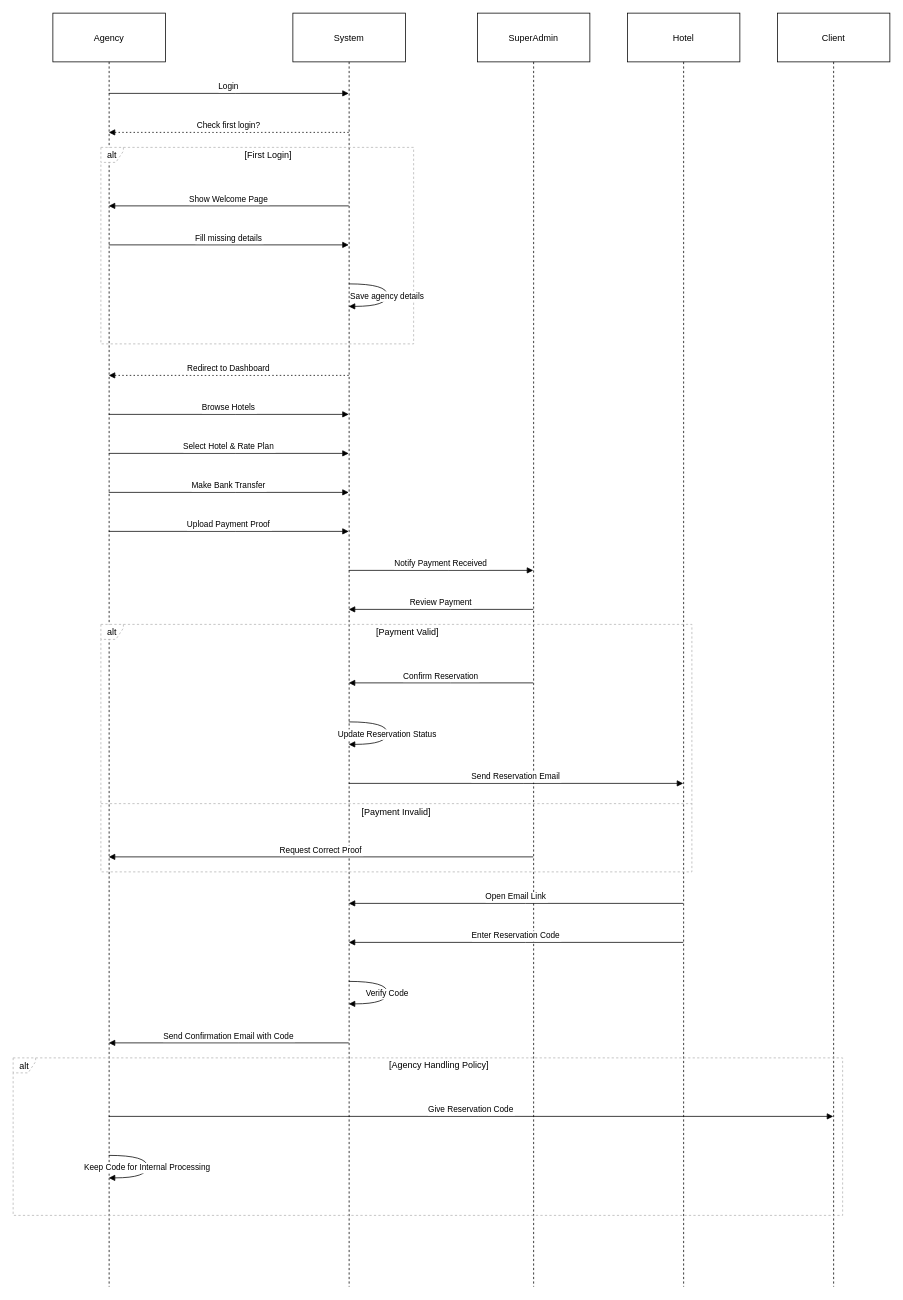
jawharhmidi02/resrvy_diagrams keeps this draw.io diagram as page "Page-1" (1 of 4) of sequence_diagram.drawio. Above is the earlier version. Source tidied: cells renumbered, new cells numbered last; positions are measured from the earlier drawing's top-left corner, leaving out a move shared by most shapes. Both pictures are drawn from the tidied source at 75%, with x=0, y=0 at pixel (13, 13).
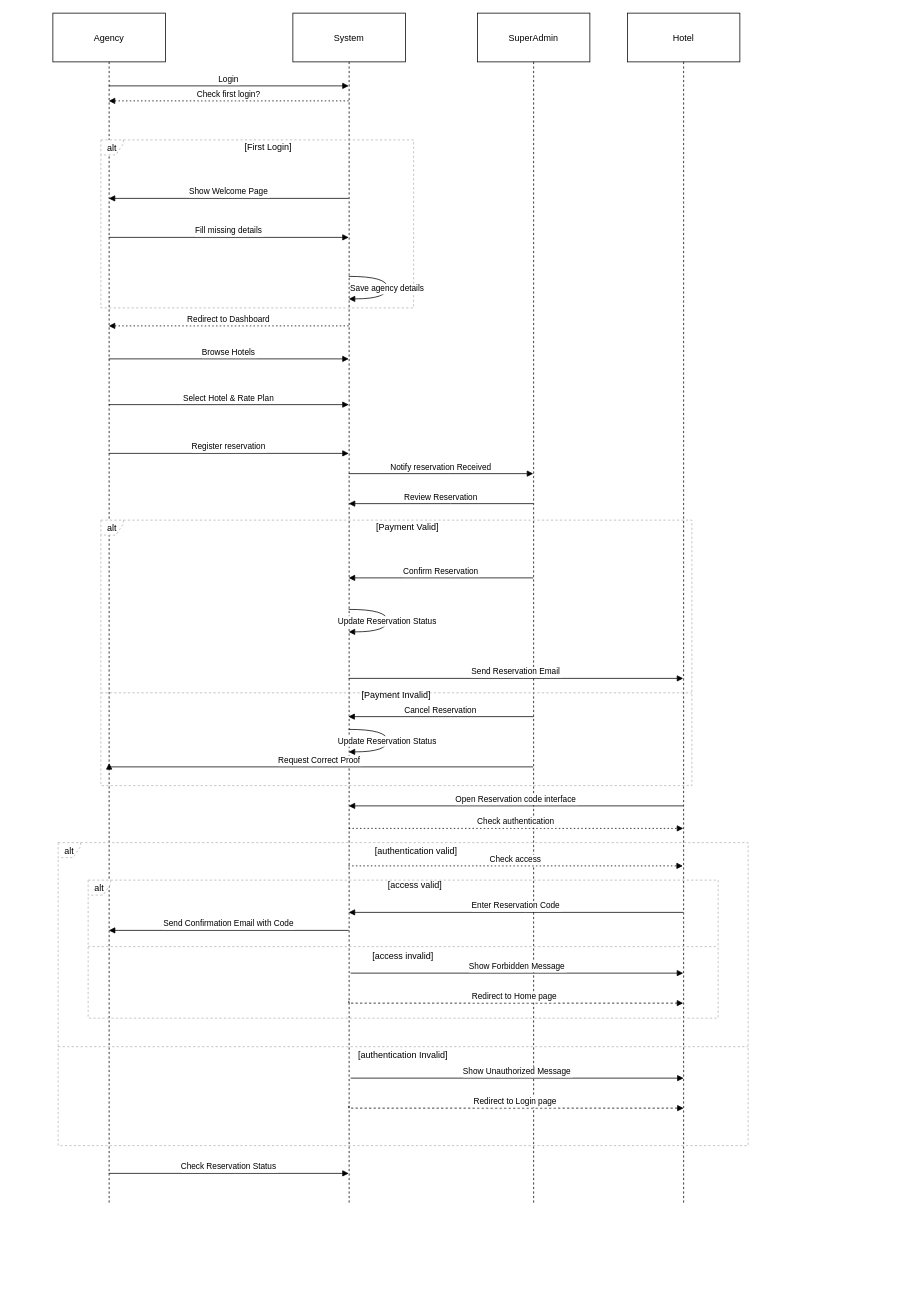
The same diagram, later.

Diff of the diagram source:
```diff
@@
     <mxCell id="2" value="Agency" style="shape=umlLifeline;perimeter=lifelinePerimeter;whiteSpace=wrap;outlineConnect=0;portConstraint=eastwest;newEdgeStyle={&quot;edgeStyle&quot;:&quot;elbowEdgeStyle&quot;,&quot;elbow&quot;:&quot;vertical&quot;,&quot;curved&quot;:0,&quot;rounded&quot;:0};size=65;" parent="1" vertex="1">
-      <mxGeometry x="53" width="150" height="1698" as="geometry" />
+      <mxGeometry x="53" width="150" height="1588" as="geometry" />
     </mxCell>
     <mxCell id="3" value="System" style="shape=umlLifeline;perimeter=lifelinePerimeter;whiteSpace=wrap;outlineConnect=0;portConstraint=eastwest;newEdgeStyle={&quot;edgeStyle&quot;:&quot;elbowEdgeStyle&quot;,&quot;elbow&quot;:&quot;vertical&quot;,&quot;curved&quot;:0,&quot;rounded&quot;:0};size=65;" parent="1" vertex="1">
-      <mxGeometry x="373" width="150" height="1698" as="geometry" />
+      <mxGeometry x="373" width="150" height="1588" as="geometry" />
     </mxCell>
     <mxCell id="4" value="SuperAdmin" style="shape=umlLifeline;perimeter=lifelinePerimeter;whiteSpace=wrap;outlineConnect=0;portConstraint=eastwest;newEdgeStyle={&quot;edgeStyle&quot;:&quot;elbowEdgeStyle&quot;,&quot;elbow&quot;:&quot;vertical&quot;,&quot;curved&quot;:0,&quot;rounded&quot;:0};size=65;" parent="1" vertex="1">
-      <mxGeometry x="619" width="150" height="1698" as="geometry" />
+      <mxGeometry x="619" width="150" height="1588" as="geometry" />
     </mxCell>
     <mxCell id="5" value="Hotel" style="shape=umlLifeline;perimeter=lifelinePerimeter;whiteSpace=wrap;outlineConnect=0;portConstraint=eastwest;newEdgeStyle={&quot;edgeStyle&quot;:&quot;elbowEdgeStyle&quot;,&quot;elbow&quot;:&quot;vertical&quot;,&quot;curved&quot;:0,&quot;rounded&quot;:0};size=65;" parent="1" vertex="1">
-      <mxGeometry x="819" width="150" height="1698" as="geometry" />
+      <mxGeometry x="819" width="150" height="1588" as="geometry" />
     </mxCell>
-    <mxCell id="6" value="Client" style="shape=umlLifeline;perimeter=lifelinePerimeter;whiteSpace=wrap;outlineConnect=0;portConstraint=eastwest;newEdgeStyle={&quot;edgeStyle&quot;:&quot;elbowEdgeStyle&quot;,&quot;elbow&quot;:&quot;vertical&quot;,&quot;curved&quot;:0,&quot;rounded&quot;:0};size=65;" parent="1" vertex="1">
-      <mxGeometry x="1019" width="150" height="1698" as="geometry" />
-    </mxCell>
     <mxCell id="7" value="alt" style="shape=umlFrame;dashed=1;strokeColor=#B3B3B3;height=20;width=30;" parent="1" vertex="1">
-      <mxGeometry x="117" y="179" width="417" height="262" as="geometry" />
+      <mxGeometry x="117" y="169" width="417" height="224" as="geometry" />
     </mxCell>
@@
     <mxCell id="9" value="alt" style="shape=umlFrame;dashed=1;strokeColor=#B3B3B3;height=20;width=30;" parent="1" vertex="1">
-      <mxGeometry x="117" y="815" width="788" height="330" as="geometry" />
+      <mxGeometry x="117" y="676" width="788" height="354" as="geometry" />
     </mxCell>
     <mxCell id="10" value="[Payment Valid]" style="text;strokeColor=none;fillColor=none;align=center;verticalAlign=middle;whiteSpace=wrap;" parent="9" vertex="1">
-      <mxGeometry x="30" width="758" height="20" as="geometry" />
+      <mxGeometry x="30" width="758" height="20.8" as="geometry" />
     </mxCell>
     <mxCell id="11" value="[Payment Invalid]" style="shape=line;dashed=1;whiteSpace=wrap;verticalAlign=top;labelPosition=center;verticalLabelPosition=middle;align=center;strokeColor=#B3B3B3;" parent="9" vertex="1">
-      <mxGeometry y="237" width="788" height="4" as="geometry" />
+      <mxGeometry y="220" width="788" height="20.5" as="geometry" />
     </mxCell>
-    <mxCell id="12" value="alt" style="shape=umlFrame;dashed=1;strokeColor=#B3B3B3;height=20;width=30;" parent="1" vertex="1">
-      <mxGeometry y="1393" width="1106" height="210" as="geometry" />
-    </mxCell>
-    <mxCell id="13" value="[Agency Handling Policy]" style="text;strokeColor=none;fillColor=none;align=center;verticalAlign=middle;whiteSpace=wrap;" parent="12" vertex="1">
-      <mxGeometry x="30" width="1076" height="20" as="geometry" />
-    </mxCell>
     <mxCell id="14" value="Login" style="verticalAlign=bottom;edgeStyle=elbowEdgeStyle;elbow=vertical;curved=0;rounded=0;endArrow=block;" parent="1" edge="1" source="2" target="3">
       <mxGeometry relative="1" as="geometry">
         <Array as="points">
-          <mxPoint x="297" y="107" />
+          <mxPoint x="297" y="97" />
         </Array>
       </mxGeometry>
     </mxCell>
-    <mxCell id="15" value="Check first login?" style="verticalAlign=bottom;edgeStyle=elbowEdgeStyle;elbow=vertical;curved=0;rounded=0;dashed=1;dashPattern=2 3;endArrow=block;" parent="1" edge="1" source="3" target="2">
+    <mxCell id="15" value="Check first login?" style="verticalAlign=bottom;edgeStyle=elbowEdgeStyle;elbow=vertical;curved=0;rounded=0;dashed=1;dashPattern=2 3;endArrow=block;" parent="1" edge="1">
       <mxGeometry relative="1" as="geometry">
+        <mxPoint x="447.5" y="117" as="sourcePoint" />
+        <mxPoint x="127.5" y="117" as="targetPoint" />
         <Array as="points">
-          <mxPoint x="300" y="159" />
+          <mxPoint x="300" y="117" />
         </Array>
       </mxGeometry>
     </mxCell>
     <mxCell id="16" value="Show Welcome Page" style="verticalAlign=bottom;edgeStyle=elbowEdgeStyle;elbow=vertical;curved=0;rounded=0;endArrow=block;" parent="1" edge="1" source="3" target="2">
       <mxGeometry relative="1" as="geometry">
         <Array as="points">
-          <mxPoint x="300" y="257" />
+          <mxPoint x="300" y="247" />
         </Array>
       </mxGeometry>
     </mxCell>
     <mxCell id="17" value="Fill missing details" style="verticalAlign=bottom;edgeStyle=elbowEdgeStyle;elbow=vertical;curved=0;rounded=0;endArrow=block;" parent="1" edge="1" source="2" target="3">
       <mxGeometry relative="1" as="geometry">
         <Array as="points">
-          <mxPoint x="297" y="309" />
+          <mxPoint x="297" y="299" />
         </Array>
       </mxGeometry>
     </mxCell>
     <mxCell id="18" value="Save agency details" style="curved=1;endArrow=block;rounded=0;" parent="1" edge="1" source="3" target="3">
       <mxGeometry relative="1" as="geometry">
         <Array as="points">
-          <mxPoint x="499" y="361" />
-          <mxPoint x="499" y="391" />
+          <mxPoint x="499" y="351" />
+          <mxPoint x="499" y="381" />
         </Array>
       </mxGeometry>
     </mxCell>
-    <mxCell id="19" value="Redirect to Dashboard" style="verticalAlign=bottom;edgeStyle=elbowEdgeStyle;elbow=vertical;curved=0;rounded=0;dashed=1;dashPattern=2 3;endArrow=block;" parent="1" edge="1" source="3" target="2">
+    <mxCell id="19" value="Redirect to Dashboard" style="verticalAlign=bottom;edgeStyle=elbowEdgeStyle;elbow=vertical;curved=0;rounded=0;dashed=1;dashPattern=2 3;endArrow=block;" parent="1" edge="1">
       <mxGeometry relative="1" as="geometry">
+        <mxPoint x="447.5" y="417" as="sourcePoint" />
+        <mxPoint x="127.5" y="417" as="targetPoint" />
         <Array as="points">
-          <mxPoint x="300" y="483" />
+          <mxPoint x="300" y="417" />
         </Array>
       </mxGeometry>
     </mxCell>
-    <mxCell id="20" value="Browse Hotels" style="verticalAlign=bottom;edgeStyle=elbowEdgeStyle;elbow=vertical;curved=0;rounded=0;endArrow=block;" parent="1" edge="1" source="2" target="3">
+    <mxCell id="20" value="Browse Hotels" style="verticalAlign=bottom;edgeStyle=elbowEdgeStyle;elbow=vertical;curved=0;rounded=0;endArrow=block;" parent="1" edge="1">
       <mxGeometry relative="1" as="geometry">
+        <mxPoint x="127.5" y="461" as="sourcePoint" />
+        <mxPoint x="447.5" y="461" as="targetPoint" />
         <Array as="points">
-          <mxPoint x="297" y="535" />
+          <mxPoint x="297" y="461" />
         </Array>
       </mxGeometry>
     </mxCell>
-    <mxCell id="21" value="Select Hotel &amp; Rate Plan" style="verticalAlign=bottom;edgeStyle=elbowEdgeStyle;elbow=vertical;curved=0;rounded=0;endArrow=block;" parent="1" edge="1" source="2" target="3">
+    <mxCell id="21" value="Select Hotel &amp; Rate Plan" style="verticalAlign=bottom;edgeStyle=elbowEdgeStyle;elbow=vertical;curved=0;rounded=0;endArrow=block;" parent="1" edge="1">
       <mxGeometry relative="1" as="geometry">
+        <mxPoint x="127.5" y="522" as="sourcePoint" />
+        <mxPoint x="447.5" y="522" as="targetPoint" />
         <Array as="points">
-          <mxPoint x="297" y="587" />
+          <mxPoint x="297" y="522" />
         </Array>
       </mxGeometry>
     </mxCell>
-    <mxCell id="22" value="Make Bank Transfer" style="verticalAlign=bottom;edgeStyle=elbowEdgeStyle;elbow=vertical;curved=0;rounded=0;endArrow=block;" parent="1" edge="1" source="2" target="3">
-      <mxGeometry relative="1" as="geometry">
-        <Array as="points">
-          <mxPoint x="297" y="639" />
-        </Array>
-      </mxGeometry>
-    </mxCell>
-    <mxCell id="23" value="Upload Payment Proof" style="verticalAlign=bottom;edgeStyle=elbowEdgeStyle;elbow=vertical;curved=0;rounded=0;endArrow=block;" parent="1" edge="1" source="2" target="3">
+    <mxCell id="23" value="Register reservation" style="verticalAlign=bottom;edgeStyle=elbowEdgeStyle;elbow=vertical;curved=0;rounded=0;endArrow=block;" parent="1" edge="1">
       <mxGeometry relative="1" as="geometry">
+        <mxPoint x="127.5" y="587" as="sourcePoint" />
+        <mxPoint x="447.5" y="587" as="targetPoint" />
         <Array as="points">
-          <mxPoint x="297" y="691" />
+          <mxPoint x="297" y="587" />
         </Array>
       </mxGeometry>
     </mxCell>
-    <mxCell id="24" value="Notify Payment Received" style="verticalAlign=bottom;edgeStyle=elbowEdgeStyle;elbow=vertical;curved=0;rounded=0;endArrow=block;" parent="1" edge="1" source="3" target="4">
+    <mxCell id="24" value="Notify reservation Received" style="verticalAlign=bottom;edgeStyle=elbowEdgeStyle;elbow=vertical;curved=0;rounded=0;endArrow=block;" parent="1" edge="1">
       <mxGeometry relative="1" as="geometry">
+        <mxPoint x="447.5" y="614" as="sourcePoint" />
+        <mxPoint x="693.5" y="614" as="targetPoint" />
         <Array as="points">
-          <mxPoint x="580" y="743" />
+          <mxPoint x="580" y="614" />
         </Array>
       </mxGeometry>
     </mxCell>
-    <mxCell id="25" value="Review Payment" style="verticalAlign=bottom;edgeStyle=elbowEdgeStyle;elbow=vertical;curved=0;rounded=0;endArrow=block;" parent="1" edge="1" source="4" target="3">
+    <mxCell id="25" value="Review Reservation" style="verticalAlign=bottom;edgeStyle=elbowEdgeStyle;elbow=vertical;curved=0;rounded=0;endArrow=block;" parent="1" edge="1">
       <mxGeometry relative="1" as="geometry">
+        <mxPoint x="693.5" y="654" as="sourcePoint" />
+        <mxPoint x="447.5" y="654" as="targetPoint" />
         <Array as="points">
-          <mxPoint x="583" y="795" />
+          <mxPoint x="583" y="654" />
         </Array>
       </mxGeometry>
     </mxCell>
-    <mxCell id="26" value="Confirm Reservation" style="verticalAlign=bottom;edgeStyle=elbowEdgeStyle;elbow=vertical;curved=0;rounded=0;endArrow=block;" parent="1" edge="1" source="4" target="3">
+    <mxCell id="26" value="Confirm Reservation" style="verticalAlign=bottom;edgeStyle=elbowEdgeStyle;elbow=vertical;curved=0;rounded=0;endArrow=block;" parent="1" edge="1">
       <mxGeometry relative="1" as="geometry">
+        <mxPoint x="693.5" y="753" as="sourcePoint" />
+        <mxPoint x="447.4" y="753" as="targetPoint" />
         <Array as="points">
-          <mxPoint x="583" y="893" />
+          <mxPoint x="583" y="753" />
         </Array>
       </mxGeometry>
     </mxCell>
-    <mxCell id="27" value="Update Reservation Status" style="curved=1;endArrow=block;rounded=0;" parent="1" edge="1" source="3" target="3">
+    <mxCell id="27" value="Update Reservation Status" style="curved=1;endArrow=block;rounded=0;" parent="1" edge="1">
       <mxGeometry relative="1" as="geometry">
+        <mxPoint x="447.4" y="795" as="sourcePoint" />
+        <mxPoint x="447.4" y="825" as="targetPoint" />
         <Array as="points">
-          <mxPoint x="499" y="945" />
-          <mxPoint x="499" y="975" />
+          <mxPoint x="499" y="795" />
+          <mxPoint x="499" y="825" />
         </Array>
       </mxGeometry>
     </mxCell>
-    <mxCell id="28" value="Send Reservation Email" style="verticalAlign=bottom;edgeStyle=elbowEdgeStyle;elbow=vertical;curved=0;rounded=0;endArrow=block;" parent="1" edge="1" source="3" target="5">
+    <mxCell id="28" value="Send Reservation Email" style="verticalAlign=bottom;edgeStyle=elbowEdgeStyle;elbow=vertical;curved=0;rounded=0;endArrow=block;" parent="1" edge="1">
       <mxGeometry relative="1" as="geometry">
+        <mxPoint x="447.4" y="887" as="sourcePoint" />
+        <mxPoint x="893.5" y="887" as="targetPoint" />
         <Array as="points">
-          <mxPoint x="680" y="1027" />
+          <mxPoint x="680" y="887" />
         </Array>
       </mxGeometry>
     </mxCell>
-    <mxCell id="29" value="Request Correct Proof" style="verticalAlign=bottom;edgeStyle=elbowEdgeStyle;elbow=vertical;curved=0;rounded=0;endArrow=block;" parent="1" edge="1" source="4" target="2">
+    <mxCell id="29" value="Request Correct Proof" style="verticalAlign=bottom;edgeStyle=elbowEdgeStyle;elbow=vertical;curved=0;rounded=0;endArrow=block;" parent="1" edge="1">
       <mxGeometry relative="1" as="geometry">
+        <mxPoint x="693.5" y="1005" as="sourcePoint" />
+        <mxPoint x="128" y="1000" as="targetPoint" />
         <Array as="points">
-          <mxPoint x="423" y="1125" />
+          <mxPoint x="423" y="1005" />
         </Array>
       </mxGeometry>
     </mxCell>
-    <mxCell id="30" value="Open Email Link" style="verticalAlign=bottom;edgeStyle=elbowEdgeStyle;elbow=vertical;curved=0;rounded=0;endArrow=block;" parent="1" edge="1" source="5" target="3">
+    <mxCell id="30" value="Open Reservation code interface" style="verticalAlign=bottom;edgeStyle=elbowEdgeStyle;elbow=vertical;curved=0;rounded=0;endArrow=block;" parent="1" edge="1">
       <mxGeometry relative="1" as="geometry">
+        <mxPoint x="893.5" y="1057" as="sourcePoint" />
+        <mxPoint x="447.4" y="1057" as="targetPoint" />
         <Array as="points">
-          <mxPoint x="683" y="1187" />
+          <mxPoint x="683" y="1057" />
         </Array>
       </mxGeometry>
     </mxCell>
-    <mxCell id="31" value="Enter Reservation Code" style="verticalAlign=bottom;edgeStyle=elbowEdgeStyle;elbow=vertical;curved=0;rounded=0;endArrow=block;" parent="1" edge="1" source="5" target="3">
+    <mxCell id="31" value="Enter Reservation Code" style="verticalAlign=bottom;edgeStyle=elbowEdgeStyle;elbow=vertical;curved=0;rounded=0;endArrow=block;" parent="1" edge="1">
       <mxGeometry relative="1" as="geometry">
+        <mxPoint x="893.5" y="1199" as="sourcePoint" />
+        <mxPoint x="447.4" y="1199" as="targetPoint" />
         <Array as="points">
-          <mxPoint x="683" y="1239" />
+          <mxPoint x="683" y="1199" />
         </Array>
       </mxGeometry>
     </mxCell>
-    <mxCell id="32" value="Verify Code" style="curved=1;endArrow=block;rounded=0;" parent="1" edge="1" source="3" target="3">
-      <mxGeometry relative="1" as="geometry">
-        <Array as="points">
-          <mxPoint x="499" y="1291" />
-          <mxPoint x="499" y="1321" />
-        </Array>
-      </mxGeometry>
-    </mxCell>
-    <mxCell id="33" value="Send Confirmation Email with Code" style="verticalAlign=bottom;edgeStyle=elbowEdgeStyle;elbow=vertical;curved=0;rounded=0;endArrow=block;" parent="1" edge="1" source="3" target="2">
+    <mxCell id="33" value="Send Confirmation Email with Code" style="verticalAlign=bottom;edgeStyle=elbowEdgeStyle;elbow=vertical;curved=0;rounded=0;endArrow=block;" parent="1" edge="1">
       <mxGeometry relative="1" as="geometry">
+        <mxPoint x="447.5" y="1223" as="sourcePoint" />
+        <mxPoint x="127.6" y="1223" as="targetPoint" />
         <Array as="points">
-          <mxPoint x="300" y="1373" />
+          <mxPoint x="300" y="1223" />
         </Array>
       </mxGeometry>
     </mxCell>
-    <mxCell id="34" value="Give Reservation Code" style="verticalAlign=bottom;edgeStyle=elbowEdgeStyle;elbow=vertical;curved=0;rounded=0;endArrow=block;" parent="1" edge="1" source="2" target="6">
-      <mxGeometry relative="1" as="geometry">
-        <Array as="points">
-          <mxPoint x="620" y="1471" />
-        </Array>
-      </mxGeometry>
-    </mxCell>
-    <mxCell id="35" value="Keep Code for Internal Processing" style="curved=1;endArrow=block;rounded=0;" parent="1" edge="1" source="2" target="2">
-      <mxGeometry relative="1" as="geometry">
-        <Array as="points">
-          <mxPoint x="179" y="1523" />
-          <mxPoint x="179" y="1553" />
-        </Array>
-      </mxGeometry>
-    </mxCell>
+    <mxCell id="36" value="Cancel Reservation" style="verticalAlign=bottom;edgeStyle=elbowEdgeStyle;elbow=vertical;curved=0;rounded=0;endArrow=block;" parent="1" edge="1">
+      <mxGeometry relative="1" as="geometry">
+        <mxPoint x="694" y="938" as="sourcePoint" />
+        <mxPoint x="447" y="938" as="targetPoint" />
+        <Array as="points">
+          <mxPoint x="583" y="938" />
+        </Array>
+      </mxGeometry>
+    </mxCell>
+    <mxCell id="37" value="Check Reservation Status" style="verticalAlign=bottom;edgeStyle=elbowEdgeStyle;elbow=vertical;curved=0;rounded=0;endArrow=block;" parent="1" edge="1">
+      <mxGeometry relative="1" as="geometry">
+        <mxPoint x="127.5" y="1547" as="sourcePoint" />
+        <mxPoint x="447.5" y="1547" as="targetPoint" />
+        <Array as="points">
+          <mxPoint x="297" y="1547" />
+        </Array>
+      </mxGeometry>
+    </mxCell>
+    <mxCell id="38" value="Update Reservation Status" style="curved=1;endArrow=block;rounded=0;" parent="1" edge="1">
+      <mxGeometry relative="1" as="geometry">
+        <mxPoint x="447.4" y="955" as="sourcePoint" />
+        <mxPoint x="447.4" y="985" as="targetPoint" />
+        <Array as="points">
+          <mxPoint x="499" y="955" />
+          <mxPoint x="499" y="985" />
+        </Array>
+      </mxGeometry>
+    </mxCell>
+    <mxCell id="39" value="Check authentication" style="verticalAlign=bottom;edgeStyle=elbowEdgeStyle;elbow=vertical;curved=0;rounded=0;dashed=1;dashPattern=2 3;endArrow=block;" parent="1" edge="1" source="3" target="5">
+      <mxGeometry relative="1" as="geometry">
+        <Array as="points">
+          <mxPoint x="620" y="1087" />
+        </Array>
+      </mxGeometry>
+    </mxCell>
+    <mxCell id="40" value="alt" style="shape=umlFrame;dashed=1;strokeColor=#B3B3B3;height=20;width=30;" parent="1" vertex="1">
+      <mxGeometry x="60" y="1106" width="920" height="404" as="geometry" />
+    </mxCell>
+    <mxCell id="41" value="[authentication valid]" style="text;strokeColor=none;fillColor=none;align=center;verticalAlign=middle;whiteSpace=wrap;" parent="40" vertex="1">
+      <mxGeometry x="35" width="885" height="23.8" as="geometry" />
+    </mxCell>
+    <mxCell id="42" value="[authentication Invalid]" style="shape=line;dashed=1;whiteSpace=wrap;verticalAlign=top;labelPosition=center;verticalLabelPosition=middle;align=center;strokeColor=#B3B3B3;" parent="40" vertex="1">
+      <mxGeometry y="269.7" width="920" height="4.8" as="geometry" />
+    </mxCell>
+    <mxCell id="43" value="Check access" style="verticalAlign=bottom;edgeStyle=elbowEdgeStyle;elbow=vertical;curved=0;rounded=0;dashed=1;dashPattern=2 3;endArrow=block;" parent="1" edge="1">
+      <mxGeometry relative="1" as="geometry">
+        <mxPoint x="447" y="1137" as="sourcePoint" />
+        <mxPoint x="893" y="1137" as="targetPoint" />
+        <Array as="points">
+          <mxPoint x="619" y="1137" />
+        </Array>
+      </mxGeometry>
+    </mxCell>
+    <mxCell id="44" value="alt" style="shape=umlFrame;dashed=1;strokeColor=#B3B3B3;height=20;width=30;" parent="1" vertex="1">
+      <mxGeometry x="100" y="1156" width="840" height="184" as="geometry" />
+    </mxCell>
+    <mxCell id="45" value="[access valid]" style="text;strokeColor=none;fillColor=none;align=center;verticalAlign=middle;whiteSpace=wrap;" parent="44" vertex="1">
+      <mxGeometry x="32" width="808" height="14.4" as="geometry" />
+    </mxCell>
+    <mxCell id="46" value="[access invalid]" style="shape=line;dashed=1;whiteSpace=wrap;verticalAlign=top;labelPosition=center;verticalLabelPosition=middle;align=center;strokeColor=#B3B3B3;" parent="44" vertex="1">
+      <mxGeometry y="87.2" width="840" height="2.9" as="geometry" />
+    </mxCell>
+    <mxCell id="47" value="Show Forbidden Message" style="verticalAlign=bottom;edgeStyle=elbowEdgeStyle;elbow=vertical;curved=0;rounded=0;endArrow=block;" parent="1" edge="1" target="5">
+      <mxGeometry relative="1" as="geometry">
+        <mxPoint x="450" y="1280" as="sourcePoint" />
+      </mxGeometry>
+    </mxCell>
+    <mxCell id="48" value="Redirect to Home page" style="verticalAlign=bottom;edgeStyle=elbowEdgeStyle;elbow=vertical;curved=0;rounded=0;endArrow=block;dashed=1;" parent="1" edge="1" target="5">
+      <mxGeometry relative="1" as="geometry">
+        <mxPoint x="447.6" y="1317" as="sourcePoint" />
+        <Array as="points">
+          <mxPoint x="890" y="1320" />
+        </Array>
+      </mxGeometry>
+    </mxCell>
+    <mxCell id="49" value="Show Unauthorized Message" style="verticalAlign=bottom;edgeStyle=elbowEdgeStyle;elbow=vertical;curved=0;rounded=0;endArrow=block;" parent="1" edge="1">
+      <mxGeometry relative="1" as="geometry">
+        <mxPoint x="450" y="1420" as="sourcePoint" />
+        <mxPoint x="894" y="1420" as="targetPoint" />
+      </mxGeometry>
+    </mxCell>
+    <mxCell id="50" value="Redirect to Login page" style="verticalAlign=bottom;edgeStyle=elbowEdgeStyle;elbow=vertical;curved=0;rounded=0;endArrow=block;dashed=1;" parent="1" edge="1">
+      <mxGeometry relative="1" as="geometry">
+        <mxPoint x="447.6" y="1457" as="sourcePoint" />
+        <mxPoint x="894" y="1460" as="targetPoint" />
+        <Array as="points">
+          <mxPoint x="890" y="1460" />
+        </Array>
+      </mxGeometry>
+    </mxCell>
```
